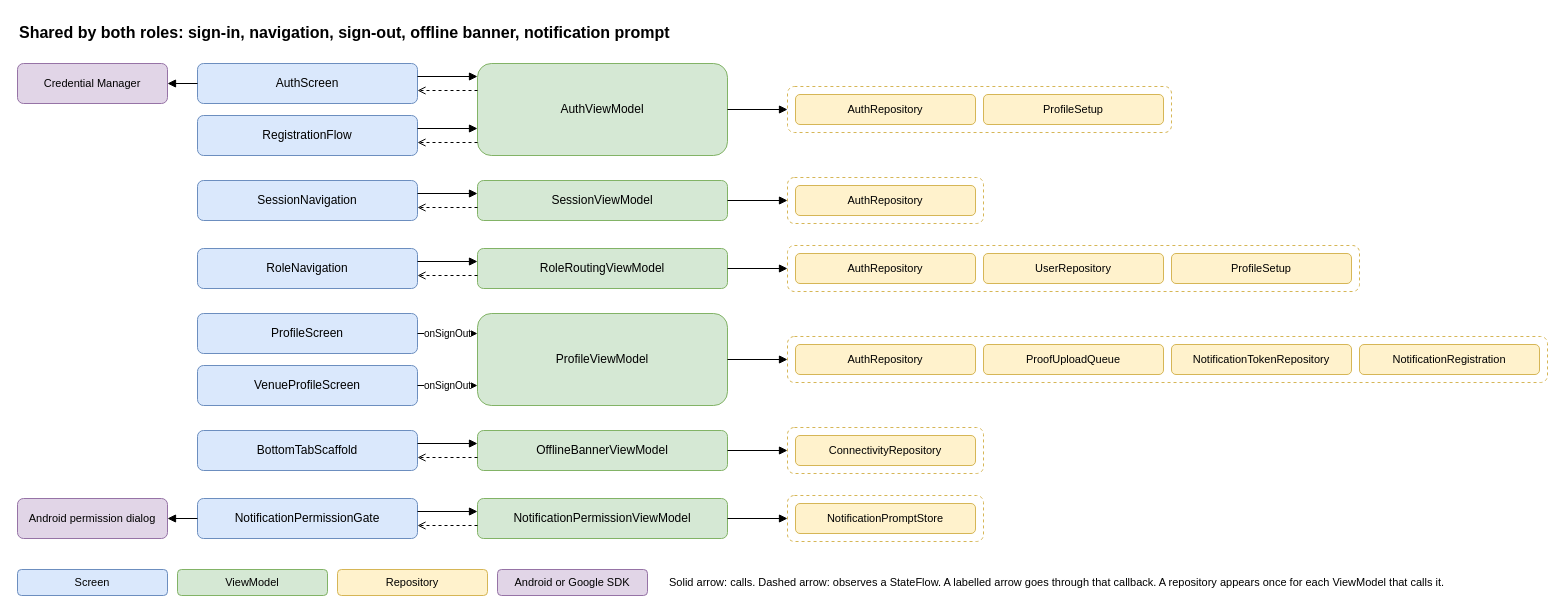
Before: page "Shared" (4 of 6) of docs/architecture/around-architecture-diagram-editable.drawio in AroundTeam2026/AroundApp, a draw.io diagram. Source tidied: cells renumbered, new cells numbered last; positions are measured from the earlier drawing's top-left corner, leaving out a move shared by most shapes. Both pictures are drawn from the tidied source at 100%, with x=0, y=0 at pixel (17, 17).
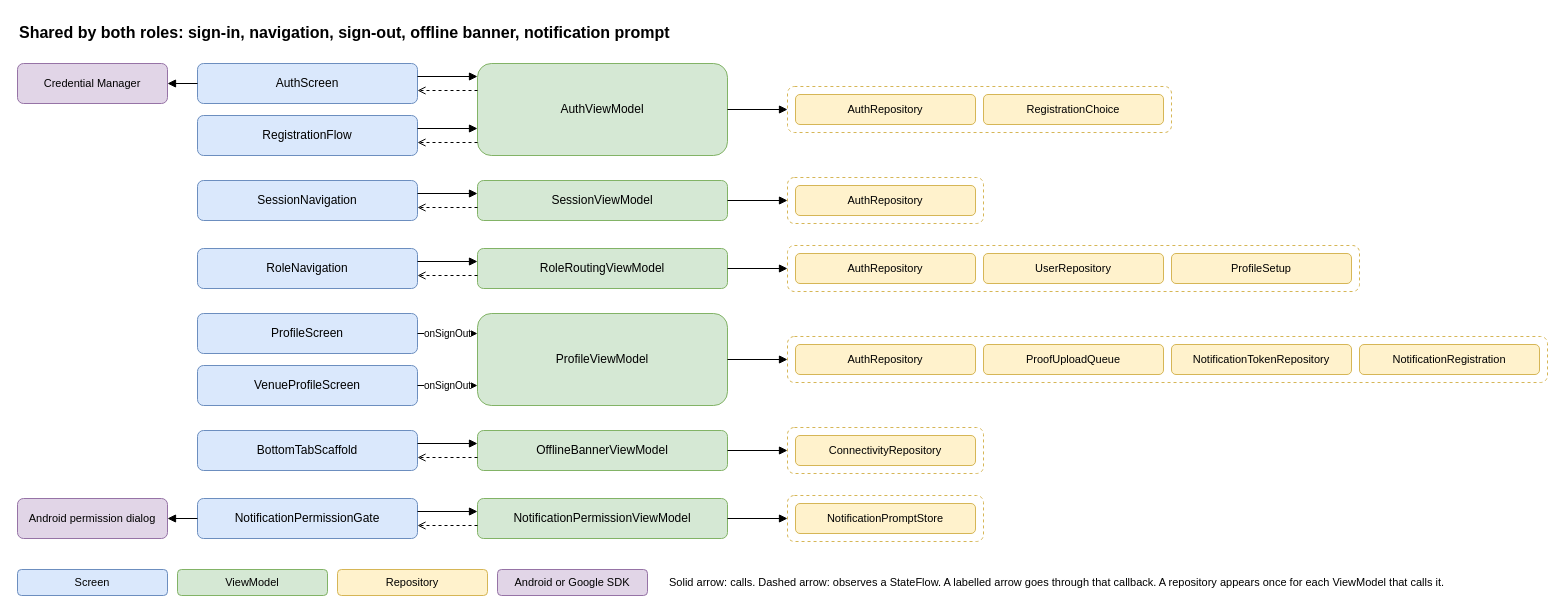
After the change.

Commit message (it also covers changes not shown here):
docs(architecture): name RegistrationChoice for AuthViewModel

AuthViewModel takes the RegistrationChoice interface that ProfileSetup
implements, not ProfileSetup itself, so its box on the Shared image
now names the interface, as asked in review. RoleRoutingViewModel
keeps ProfileSetup, which it does take.

The change refers to these unchanged cells:
```xml
<mxCell id="4" style="rounded=1;whiteSpace=wrap;html=1;fillColor=#ffffff;strokeColor=#d6b656;dashed=1;" parent="1" vertex="1">
  <mxGeometry x="770" y="69" width="384" height="46" as="geometry" />
</mxCell>
```

What changed in the source:
```diff
@@
-    <mxCell id="6" value="ProfileSetup" style="rounded=1;whiteSpace=wrap;html=1;fontSize=11;spacing=2;fillColor=#fff2cc;strokeColor=#d6b656;" parent="4" vertex="1">
+    <mxCell id="6" value="RegistrationChoice" style="rounded=1;whiteSpace=wrap;html=1;fontSize=11;spacing=2;fillColor=#fff2cc;strokeColor=#d6b656;" parent="4" vertex="1">
       <mxGeometry x="196" y="8" width="180" height="30" as="geometry" />
     </mxCell>
```
